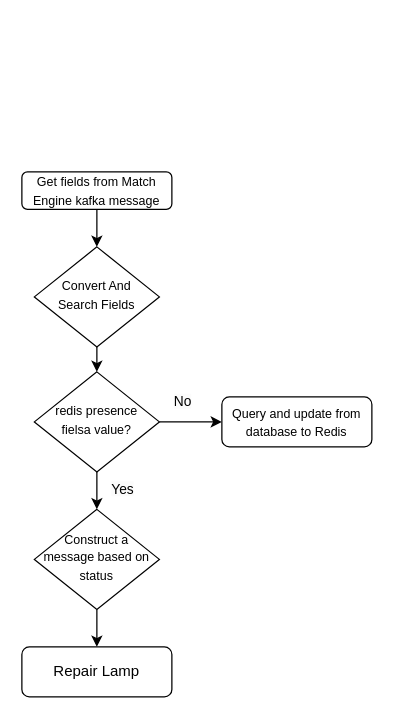
This is 未命名绘图.drawio from wangchengxu/Diagram, a draw.io file, before an edit. Source tidied: cells renumbered, new cells numbered last; positions are measured from the earlier drawing's top-left corner, leaving out a move shared by most shapes. Both pictures are drawn from the tidied source at 125%, with x=0, y=0 at pixel (21, 171).
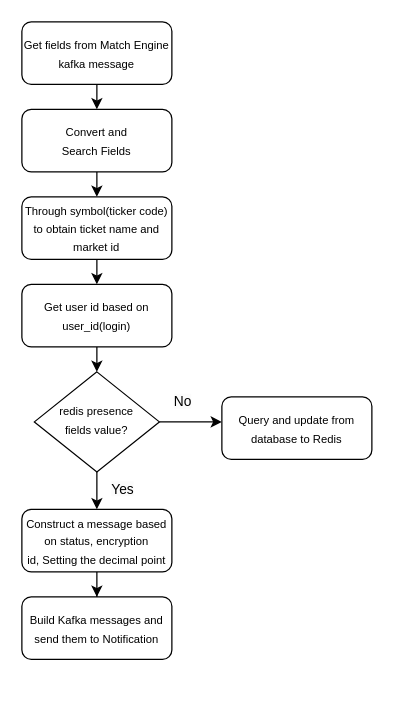
After the change.

Commit message:
更新未命名绘图.drawio

The edit, as a diff of the source:
```diff
@@
 <mxGraphModel>
   <root>
     <mxCell id="0" />
     <mxCell id="1" parent="0" />
-    <mxCell id="2" value="&lt;font style=&quot;font-size: 10px;&quot;&gt;Get fields from Match Engine kafka message&lt;/font&gt;" style="rounded=1;whiteSpace=wrap;html=1;fontSize=12;glass=0;strokeWidth=1;shadow=0;" parent="1" vertex="1">
-      <mxGeometry width="120" height="30" as="geometry" />
-    </mxCell>
-    <mxCell id="3" value="&lt;font style=&quot;font-size: 10px;&quot;&gt;Convert And&lt;br&gt;Search Fields&lt;/font&gt;" style="rhombus;whiteSpace=wrap;html=1;shadow=0;fontFamily=Helvetica;fontSize=12;align=center;strokeWidth=1;spacing=6;spacingTop=-4;" parent="1" vertex="1">
-      <mxGeometry x="10" y="60" width="100" height="80" as="geometry" />
-    </mxCell>
-    <mxCell id="4" style="edgeStyle=orthogonalEdgeStyle;rounded=0;jettySize=auto;html=1;" parent="1" edge="1" source="6" target="12">
-      <mxGeometry relative="1" as="geometry" />
-    </mxCell>
-    <mxCell id="5" style="edgeStyle=orthogonalEdgeStyle;rounded=0;jettySize=auto;html=1;" parent="1" edge="1" source="6" target="8">
-      <mxGeometry relative="1" as="geometry" />
+    <mxCell id="5" style="edgeStyle=orthogonalEdgeStyle;rounded=0;jettySize=auto;html=1;" parent="1" edge="1" source="6">
+      <mxGeometry relative="1" as="geometry">
+        <mxPoint x="160" y="200" as="targetPoint" />
+      </mxGeometry>
     </mxCell>
+    <mxCell id="15" style="edgeStyle=orthogonalEdgeStyle;rounded=0;jettySize=auto;html=1;" parent="1" edge="1" source="6" target="17">
+      <mxGeometry relative="1" as="geometry" />
+    </mxCell>
-    <mxCell id="6" value="&lt;font style=&quot;font-size: 10px;&quot;&gt;redis presence fielsa value?&lt;/font&gt;" style="rhombus;whiteSpace=wrap;html=1;shadow=0;fontFamily=Helvetica;fontSize=12;align=center;strokeWidth=1;spacing=6;spacingTop=-4;" parent="1" vertex="1">
+    <mxCell id="6" value="&lt;font style=&quot;font-size: 9px;&quot;&gt;redis presence &lt;br&gt;fields value?&lt;/font&gt;" style="rhombus;whiteSpace=wrap;html=1;shadow=0;fontFamily=Helvetica;fontSize=12;align=center;strokeWidth=1;spacing=6;spacingTop=-4;" parent="1" vertex="1">
       <mxGeometry x="10" y="160" width="100" height="80" as="geometry" />
     </mxCell>
-    <mxCell id="7" value="Repair Lamp" style="rounded=1;whiteSpace=wrap;html=1;fontSize=12;glass=0;strokeWidth=1;shadow=0;" parent="1" vertex="1">
-      <mxGeometry y="380" width="120" height="40" as="geometry" />
-    </mxCell>
-    <mxCell id="8" value="&lt;font style=&quot;font-size: 10px;&quot;&gt;Query and update from database to Redis&lt;/font&gt;" style="rounded=1;whiteSpace=wrap;html=1;fontSize=12;glass=0;strokeWidth=1;shadow=0;" parent="1" vertex="1">
-      <mxGeometry x="160" y="180" width="120" height="40" as="geometry" />
-    </mxCell>
-    <mxCell id="9" style="endArrow=classic;html=1;rounded=0;exitX=0.5;exitY=1;exitDx=0;exitDy=0;" parent="1" edge="1" source="2" target="3">
-      <mxGeometry relative="1" as="geometry" />
-    </mxCell>
-    <mxCell id="10" style="endArrow=classic;html=1;rounded=0;exitX=0.5;exitY=1;exitDx=0;exitDy=0;" parent="1" edge="1" source="3" target="6">
-      <mxGeometry relative="1" as="geometry" />
-    </mxCell>
-    <mxCell id="11" style="edgeStyle=orthogonalEdgeStyle;rounded=0;jettySize=auto;html=1;" parent="1" edge="1" source="12" target="7">
-      <mxGeometry relative="1" as="geometry" />
-    </mxCell>
-    <mxCell id="12" value="&lt;font style=&quot;font-size: 10px;&quot;&gt;Construct a message based on status&lt;/font&gt;" style="rhombus;whiteSpace=wrap;html=1;shadow=0;fontFamily=Helvetica;fontSize=12;align=center;strokeWidth=1;spacing=6;spacingTop=-4;" parent="1" vertex="1">
-      <mxGeometry x="10" y="270" width="100" height="80" as="geometry" />
-    </mxCell>
     <mxCell id="13" value="&lt;span style=&quot;color: rgb(0, 0, 0); font-family: Helvetica; font-size: 11px; font-style: normal; font-variant-ligatures: normal; font-variant-caps: normal; font-weight: 400; letter-spacing: normal; orphans: 2; text-align: center; text-indent: 0px; text-transform: none; widows: 2; word-spacing: 0px; -webkit-text-stroke-width: 0px; background-color: rgb(251, 251, 251); text-decoration-thickness: initial; text-decoration-style: initial; text-decoration-color: initial; float: none; display: inline !important;&quot;&gt;Yes&lt;/span&gt;" style="text;whiteSpace=wrap;html=1;" parent="1" vertex="1">
       <mxGeometry x="70" y="240" width="30" height="20" as="geometry" />
     </mxCell>
     <mxCell id="14" value="&lt;span style=&quot;color: rgb(0, 0, 0); font-family: Helvetica; font-size: 11px; font-style: normal; font-variant-ligatures: normal; font-variant-caps: normal; font-weight: 400; letter-spacing: normal; orphans: 2; text-align: center; text-indent: 0px; text-transform: none; widows: 2; word-spacing: 0px; -webkit-text-stroke-width: 0px; background-color: rgb(251, 251, 251); text-decoration-thickness: initial; text-decoration-style: initial; text-decoration-color: initial; float: none; display: inline !important;&quot;&gt;No&lt;/span&gt;" style="text;whiteSpace=wrap;html=1;" parent="1" vertex="1">
-      <mxGeometry x="120" y="170" width="30" height="20" as="geometry" />
+      <mxGeometry x="120" y="170" width="30" height="30" as="geometry" />
     </mxCell>
+    <mxCell id="16" style="edgeStyle=orthogonalEdgeStyle;rounded=0;jettySize=auto;html=1;" parent="1" edge="1" source="17" target="25">
+      <mxGeometry relative="1" as="geometry" />
+    </mxCell>
+    <mxCell id="17" value="&lt;font style=&quot;font-size: 9px;&quot;&gt;Construct a message based on status, encryption id,&amp;nbsp;Setting the decimal point&lt;/font&gt;" style="rounded=1;whiteSpace=wrap;html=1;fontSize=12;glass=0;strokeWidth=1;shadow=0;" parent="1" vertex="1">
+      <mxGeometry y="270" width="120" height="50" as="geometry" />
+    </mxCell>
+    <mxCell id="2" value="&lt;font style=&quot;font-size: 9px;&quot;&gt;Get fields from Match Engine kafka message&lt;/font&gt;" style="rounded=1;whiteSpace=wrap;html=1;fontSize=12;glass=0;strokeWidth=1;shadow=0;" parent="1" vertex="1">
+      <mxGeometry y="-120" width="120" height="50" as="geometry" />
+    </mxCell>
+    <mxCell id="18" value="&lt;font style=&quot;font-size: 9px;&quot;&gt;Convert and&lt;br style=&quot;border-color: var(--border-color);&quot;&gt;Search Fields&lt;/font&gt;" style="rounded=1;whiteSpace=wrap;html=1;fontSize=12;glass=0;strokeWidth=1;shadow=0;" parent="1" vertex="1">
+      <mxGeometry y="-50" width="120" height="50" as="geometry" />
+    </mxCell>
+    <mxCell id="19" value="&lt;font style=&quot;font-size: 9px;&quot;&gt;Through symbol(ticker code) to obtain ticket name and market id&lt;/font&gt;" style="rounded=1;whiteSpace=wrap;html=1;fontSize=12;glass=0;strokeWidth=1;shadow=0;" parent="1" vertex="1">
+      <mxGeometry y="20" width="120" height="50" as="geometry" />
+    </mxCell>
+    <mxCell id="20" value="&lt;font style=&quot;font-size: 9px;&quot;&gt;Get user id based on user_id(login)&lt;/font&gt;" style="rounded=1;whiteSpace=wrap;html=1;fontSize=12;glass=0;strokeWidth=1;shadow=0;" parent="1" vertex="1">
+      <mxGeometry y="90" width="120" height="50" as="geometry" />
+    </mxCell>
+    <mxCell id="21" style="endArrow=classic;html=1;rounded=0;exitX=0.5;exitY=1;exitDx=0;exitDy=0;" parent="1" edge="1" source="2" target="18">
+      <mxGeometry relative="1" as="geometry" />
+    </mxCell>
+    <mxCell id="22" style="endArrow=classic;html=1;rounded=0;exitX=0.5;exitY=1;exitDx=0;exitDy=0;" parent="1" edge="1" source="18" target="19">
+      <mxGeometry relative="1" as="geometry" />
+    </mxCell>
+    <mxCell id="23" style="endArrow=classic;html=1;rounded=0;exitX=0.5;exitY=1;exitDx=0;exitDy=0;entryX=0.5;entryY=0;entryDx=0;entryDy=0;" parent="1" edge="1" source="19" target="20">
+      <mxGeometry relative="1" as="geometry" />
+    </mxCell>
+    <mxCell id="24" style="endArrow=classic;html=1;rounded=0;exitX=0.5;exitY=1;exitDx=0;exitDy=0;" parent="1" edge="1" source="20" target="6">
+      <mxGeometry relative="1" as="geometry" />
+    </mxCell>
+    <mxCell id="8" value="&lt;font style=&quot;font-size: 9px;&quot;&gt;Query and update from database to Redis&lt;/font&gt;" style="rounded=1;whiteSpace=wrap;html=1;fontSize=12;glass=0;strokeWidth=1;shadow=0;" parent="1" vertex="1">
+      <mxGeometry x="160" y="180" width="120" height="50" as="geometry" />
+    </mxCell>
+    <mxCell id="25" value="&lt;font style=&quot;font-size: 9px;&quot;&gt;Build Kafka messages and send them to Notification&lt;/font&gt;" style="rounded=1;whiteSpace=wrap;html=1;fontSize=12;glass=0;strokeWidth=1;shadow=0;" parent="1" vertex="1">
+      <mxGeometry y="340" width="120" height="50" as="geometry" />
+    </mxCell>
   </root>
 </mxGraphModel>
```
